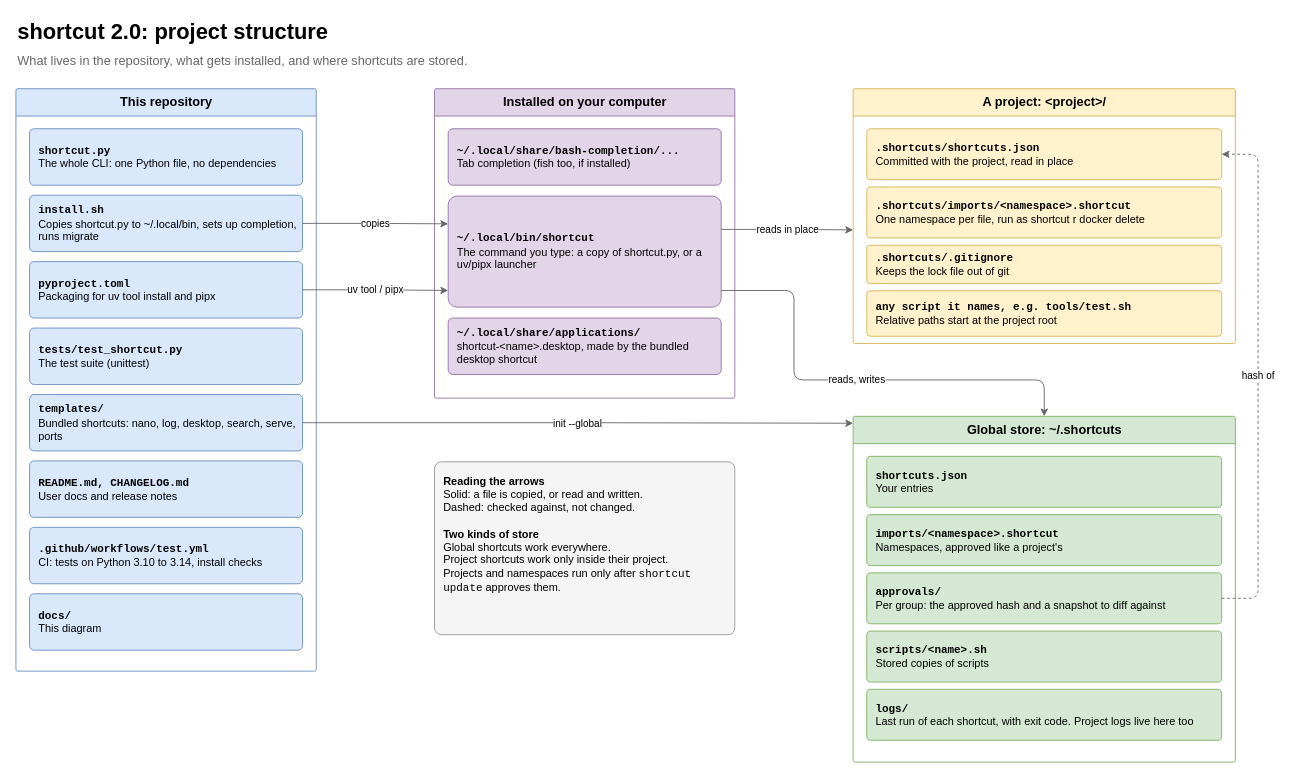
Earlier version of the draw.io diagram page "1 Structure" (1 of 5) of docs/shortcut-overview.drawio (StanLukuvka/Shortcut). Source tidied: cells renumbered, new cells numbered last; positions are measured from the earlier drawing's top-left corner, leaving out a move shared by most shapes. Both pictures are drawn from the tidied source at 91%, with x=0, y=0 at pixel (15, 15).
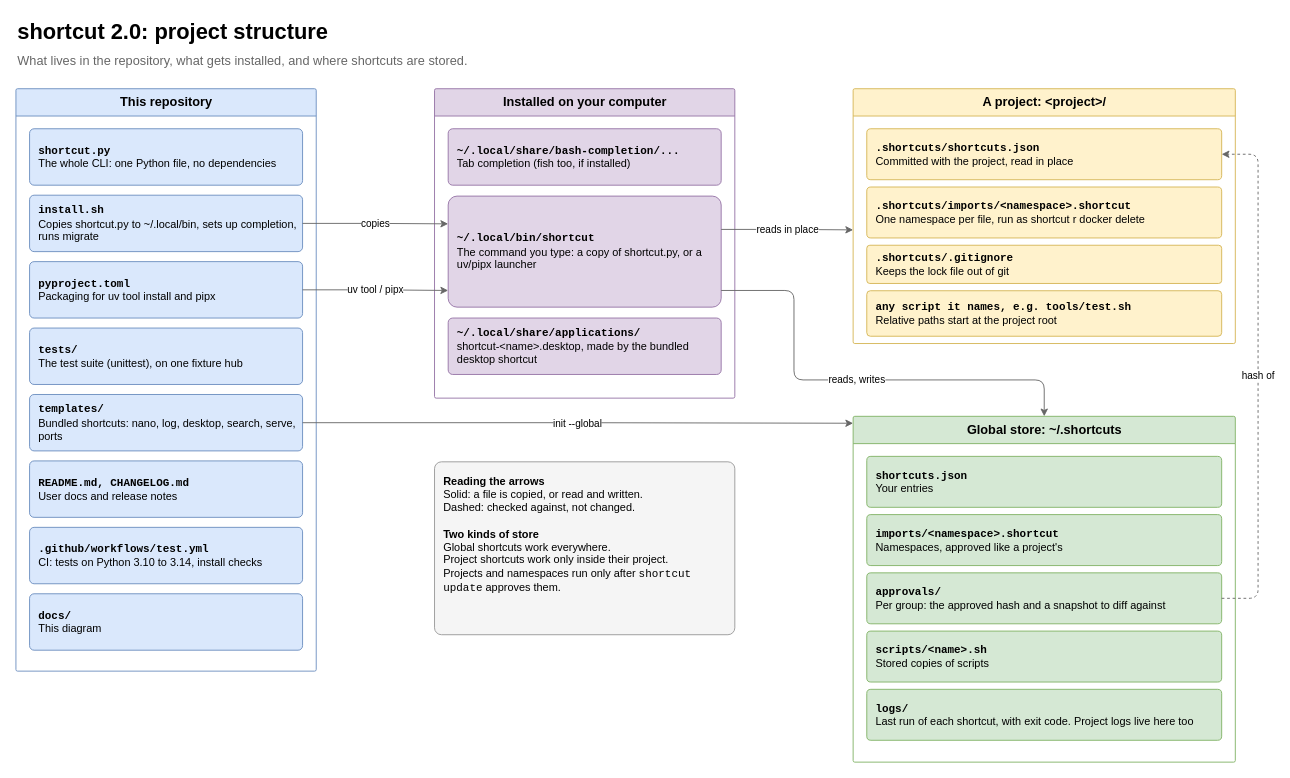
The same diagram, later.

Commit message (it also covers changes not shown here):
Point the structure diagram at the split tests

Unchanged cells that the change refers to:
```xml
<mxCell id="4" value="&lt;b&gt;This repository&lt;/b&gt;" style="swimlane;startSize=30;html=1;rounded=1;arcSize=2;fontSize=14;fillColor=#dae8fc;strokeColor=#6c8ebf;swimlaneFillColor=none;" parent="1" vertex="1">
  <mxGeometry y="80" width="330" height="640" as="geometry" />
</mxCell>
```

The edit, as a diff of the source:
```diff
@@
-    <mxCell id="8" value="&lt;b&gt;&lt;font face=&quot;monospace&quot;&gt;tests/test_shortcut.py&lt;/font&gt;&lt;/b&gt;&lt;br&gt;The test suite (unittest)" style="rounded=1;whiteSpace=wrap;html=1;arcSize=8;fillColor=#dae8fc;strokeColor=#6c8ebf;fontSize=12;align=left;spacingLeft=8;spacingRight=6;" parent="4" vertex="1">
+    <mxCell id="8" value="&lt;b&gt;&lt;font face=&quot;monospace&quot;&gt;tests/&lt;/font&gt;&lt;/b&gt;&lt;br&gt;The test suite (unittest), on one fixture hub" style="rounded=1;whiteSpace=wrap;html=1;arcSize=8;fillColor=#dae8fc;strokeColor=#6c8ebf;fontSize=12;align=left;spacingLeft=8;spacingRight=6;" parent="4" vertex="1">
       <mxGeometry x="15" y="263" width="300" height="62" as="geometry" />
     </mxCell>
```
